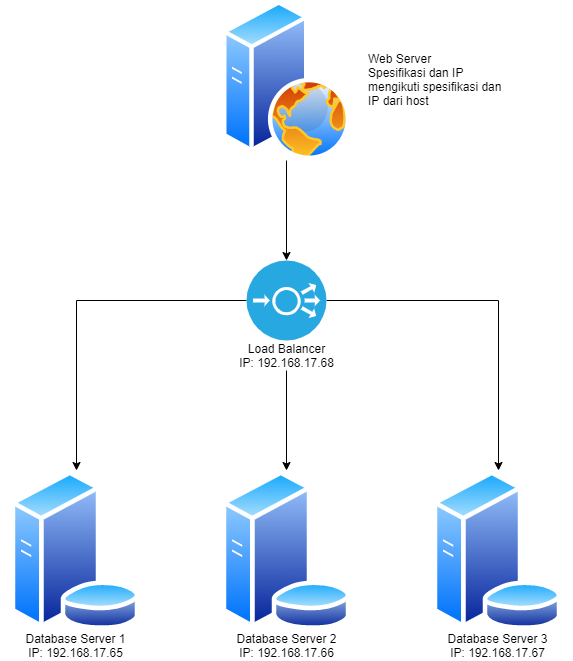
Earlier version of the draw.io export Design/Design.png (AbrahamWong/ETSBDT). Source tidied: cells renumbered, new cells last; positions are measured from the earlier drawing's top-left corner, leaving out a move shared by most shapes.
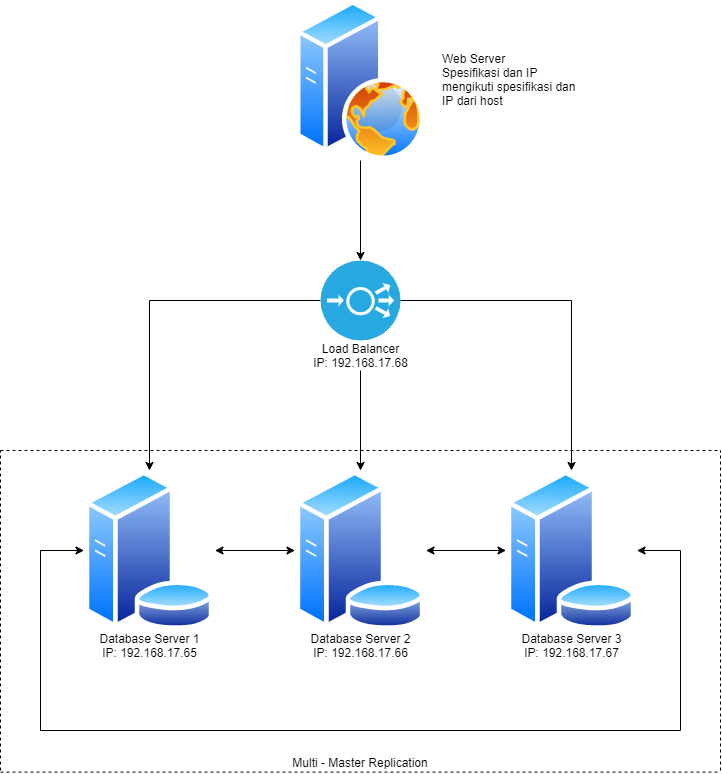
Later version of the same file.

Change to the diagram source:
```diff
@@ -48,5 +48,72 @@
     <mxCell id="15" value="Load Balancer&lt;br&gt;IP: 192.168.17.68" style="text;html=1;strokeColor=none;fillColor=none;align=center;verticalAlign=middle;whiteSpace=wrap;rounded=0;" parent="1" vertex="1">
       <mxGeometry x="211" y="340" width="150" height="30" as="geometry" />
     </mxCell>
+    <mxCell id="16" style="endArrow=classic;startArrow=classic;html=1;exitX=1;exitY=0.5;exitDx=0;exitDy=0;entryX=0;entryY=0.5;entryDx=0;entryDy=0;" parent="1" edge="1" source="11" target="9">
+      <mxGeometry relative="1" as="geometry" />
+    </mxCell>
+    <mxCell id="17" style="endArrow=classic;startArrow=classic;html=1;exitX=0;exitY=0.5;exitDx=0;exitDy=0;entryX=1;entryY=0.5;entryDx=0;entryDy=0;" parent="1" edge="1" source="10" target="9">
+      <mxGeometry relative="1" as="geometry" />
+    </mxCell>
+    <mxCell id="18" style="group;" parent="1" vertex="1">
+      <mxGeometry x="-34" y="550" width="640" height="180" as="geometry" />
+    </mxCell>
+    <mxCell id="19" style="endArrow=classic;html=1;entryX=0;entryY=0.5;entryDx=0;entryDy=0;" parent="18" edge="1" target="11">
+      <mxGeometry relative="1" as="geometry">
+        <mxPoint as="sourcePoint" />
+      </mxGeometry>
+    </mxCell>
+    <mxCell id="20" style="endArrow=classic;html=1;entryX=1;entryY=0.5;entryDx=0;entryDy=0;" parent="18" edge="1" target="10">
+      <mxGeometry relative="1" as="geometry">
+        <mxPoint x="640" as="sourcePoint" />
+      </mxGeometry>
+    </mxCell>
+    <mxCell id="21" style="endArrow=none;html=1;" parent="18" edge="1">
+      <mxGeometry relative="1" as="geometry">
+        <mxPoint y="180" as="sourcePoint" />
+        <mxPoint as="targetPoint" />
+      </mxGeometry>
+    </mxCell>
+    <mxCell id="22" style="endArrow=none;html=1;" parent="18" edge="1">
+      <mxGeometry relative="1" as="geometry">
+        <mxPoint x="640" y="180" as="sourcePoint" />
+        <mxPoint x="640" as="targetPoint" />
+      </mxGeometry>
+    </mxCell>
+    <mxCell id="23" style="endArrow=none;html=1;" parent="18" edge="1">
+      <mxGeometry relative="1" as="geometry">
+        <mxPoint y="180" as="sourcePoint" />
+        <mxPoint x="640" y="180" as="targetPoint" />
+      </mxGeometry>
+    </mxCell>
+    <mxCell id="24" style="group;" parent="1" vertex="1">
+      <mxGeometry x="-74" y="450" width="720" height="322" as="geometry" />
+    </mxCell>
+    <mxCell id="25" style="endArrow=none;dashed=1;html=1;" parent="24" edge="1">
+      <mxGeometry relative="1" as="geometry">
+        <mxPoint as="sourcePoint" />
+        <mxPoint x="720" as="targetPoint" />
+      </mxGeometry>
+    </mxCell>
+    <mxCell id="26" style="endArrow=none;dashed=1;html=1;" parent="24" edge="1">
+      <mxGeometry relative="1" as="geometry">
+        <mxPoint y="321.6" as="sourcePoint" />
+        <mxPoint x="720" y="321.6" as="targetPoint" />
+      </mxGeometry>
+    </mxCell>
+    <mxCell id="27" style="endArrow=none;dashed=1;html=1;" parent="24" edge="1">
+      <mxGeometry relative="1" as="geometry">
+        <mxPoint y="320" as="sourcePoint" />
+        <mxPoint as="targetPoint" />
+      </mxGeometry>
+    </mxCell>
+    <mxCell id="28" style="endArrow=none;dashed=1;html=1;" parent="24" edge="1">
+      <mxGeometry relative="1" as="geometry">
+        <mxPoint x="720" y="320" as="sourcePoint" />
+        <mxPoint x="720" as="targetPoint" />
+      </mxGeometry>
+    </mxCell>
+    <mxCell id="29" value="Multi - Master Replication" style="text;html=1;strokeColor=none;fillColor=none;align=center;verticalAlign=middle;whiteSpace=wrap;rounded=0;" parent="24" vertex="1">
+      <mxGeometry x="245" y="302" width="230" height="20" as="geometry" />
+    </mxCell>
   </root>
 </mxGraphModel>
```
